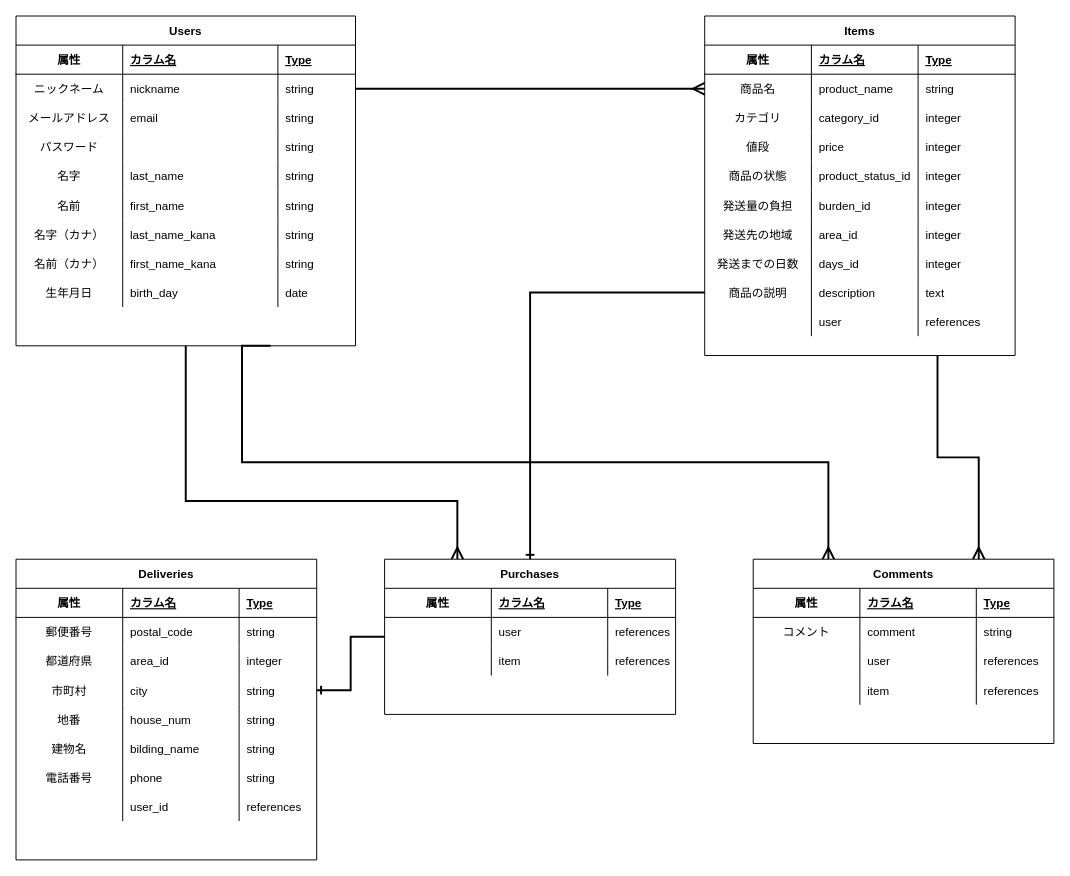
This is furima.dio from arata-t/furima-33347, a draw.io file, before an edit. Source tidied: cells renumbered, new cells numbered last; positions are measured from the earlier drawing's top-left corner, leaving out a move shared by most shapes. Both pictures are drawn from the tidied source at 97%, with x=0, y=0 at pixel (16, 16).
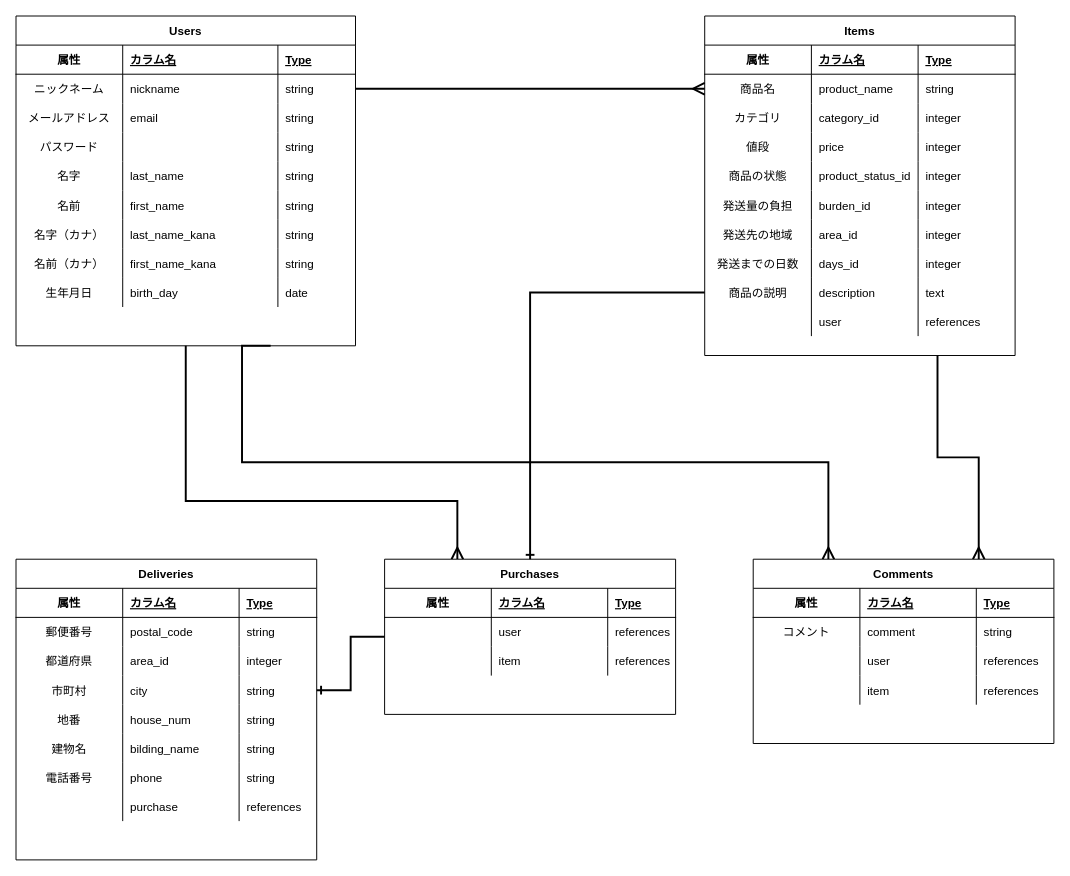
The same page after the edit.

The change refers to these unchanged cells:
```xml
<mxCell id="112" style="shape=partialRectangle;fillColor=none;top=0;left=0;bottom=0;right=0;" parent="83" vertex="1">
  <mxGeometry y="240" width="310" height="30" as="geometry" />
</mxCell>
```

What changed in the source:
```diff
@@
-    <mxCell id="114" value="user_id" style="shape=partialRectangle;fillColor=none;top=0;left=0;bottom=0;right=0;align=left;spacingLeft=6;overflow=hidden;" parent="112" vertex="1">
+    <mxCell id="114" value="purchase" style="shape=partialRectangle;fillColor=none;top=0;left=0;bottom=0;right=0;align=left;spacingLeft=6;overflow=hidden;" parent="112" vertex="1">
       <mxGeometry x="110" width="120" height="30" as="geometry" />
     </mxCell>
```
